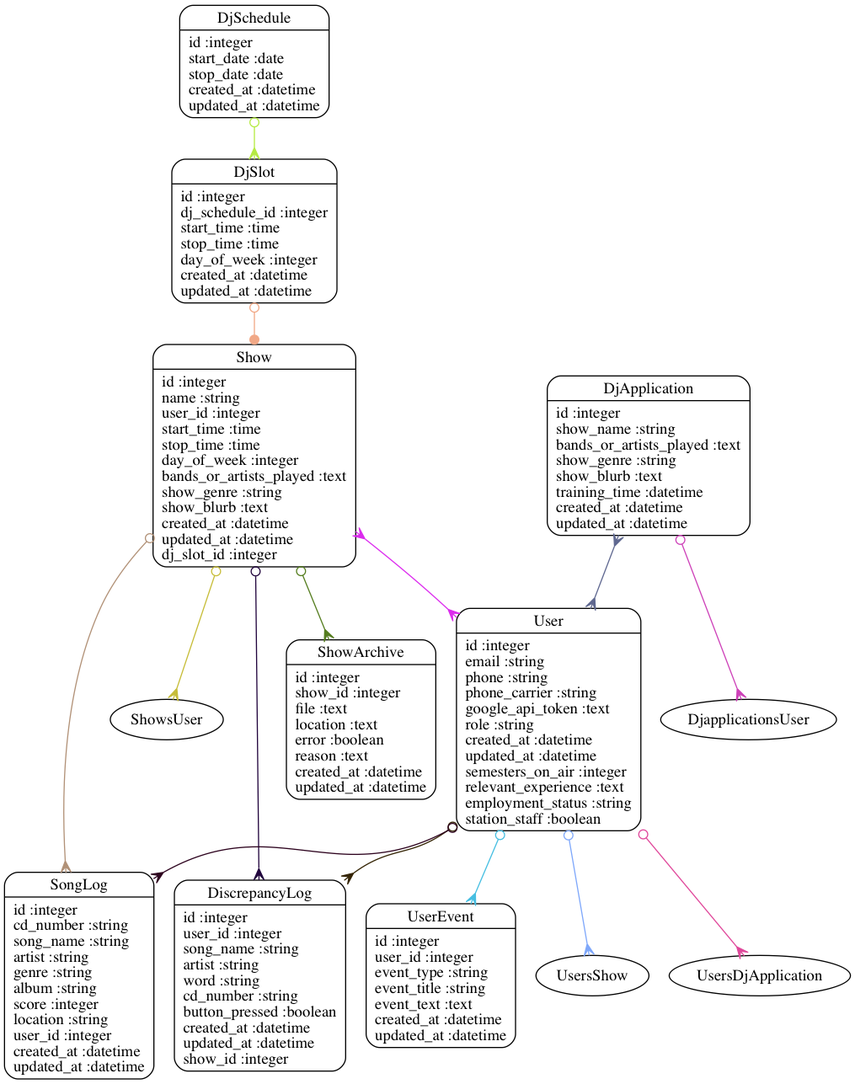
The Graphviz diagram models.png in NeilBetham/diskjockey, before a commit. Its source is kept beside it as models.dot.
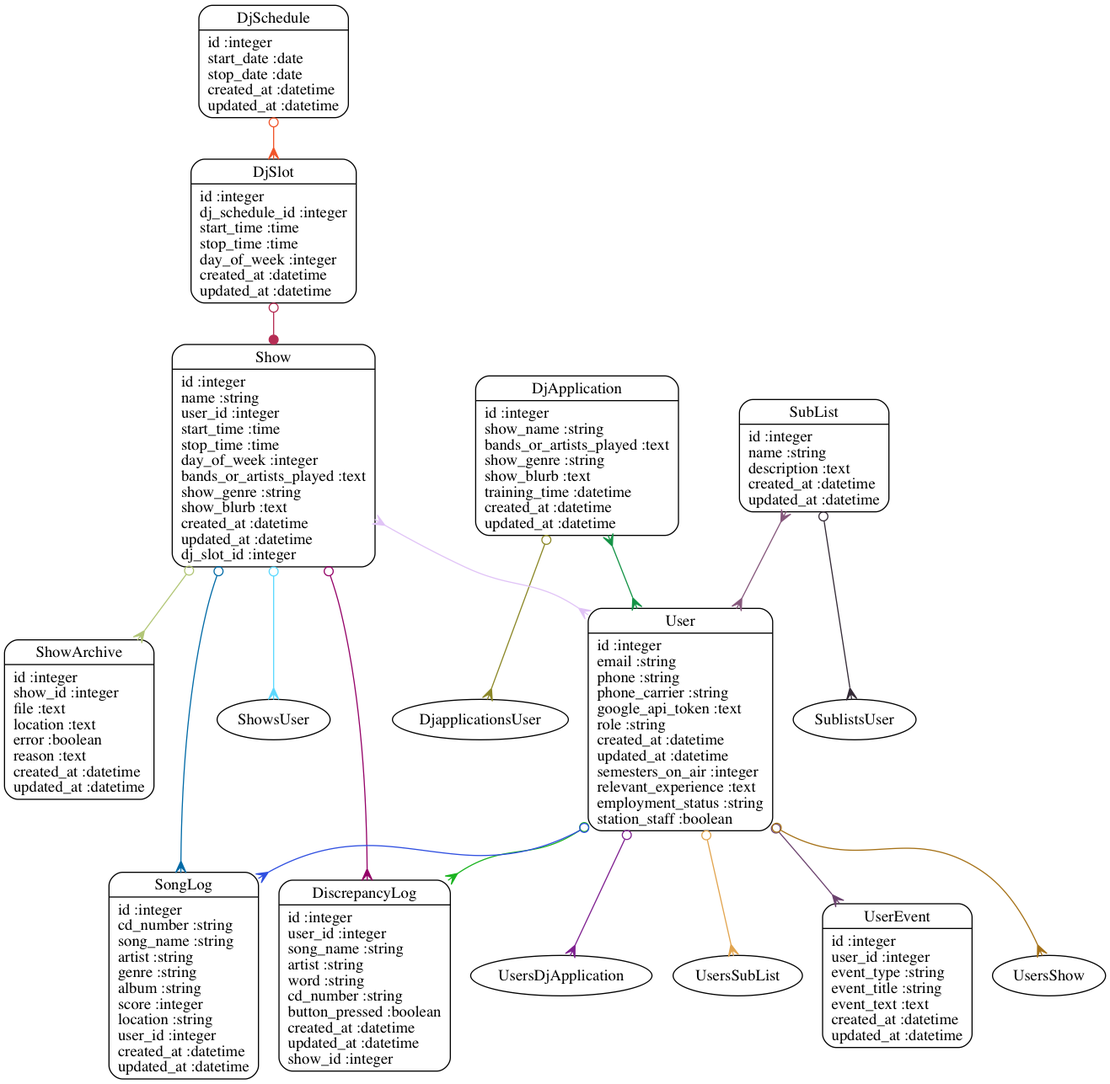
The same file after the commit.

Diff of the diagram source:
```diff
@@ -7,20 +7,24 @@
 	"Show" [shape=Mrecord, label="{Show|id :integer\lname :string\luser_id :integer\lstart_time :time\lstop_time :time\lday_of_week :integer\lbands_or_artists_played :text\lshow_genre :string\lshow_blurb :text\lcreated_at :datetime\lupdated_at :datetime\ldj_slot_id :integer\l}"]
 	"ShowArchive" [shape=Mrecord, label="{ShowArchive|id :integer\lshow_id :integer\lfile :text\llocation :text\lerror :boolean\lreason :text\lcreated_at :datetime\lupdated_at :datetime\l}"]
 	"SongLog" [shape=Mrecord, label="{SongLog|id :integer\lcd_number :string\lsong_name :string\lartist :string\lgenre :string\lalbum :string\lscore :integer\llocation :string\luser_id :integer\lcreated_at :datetime\lupdated_at :datetime\l}"]
+	"SubList" [shape=Mrecord, label="{SubList|id :integer\lname :string\ldescription :text\lcreated_at :datetime\lupdated_at :datetime\l}"]
 	"User" [shape=Mrecord, label="{User|id :integer\lemail :string\lphone :string\lphone_carrier :string\lgoogle_api_token :text\lrole :string\lcreated_at :datetime\lupdated_at :datetime\lsemesters_on_air :integer\lrelevant_experience :text\lemployment_status :string\lstation_staff :boolean\l}"]
 	"UserEvent" [shape=Mrecord, label="{UserEvent|id :integer\luser_id :integer\levent_type :string\levent_title :string\levent_text :text\lcreated_at :datetime\lupdated_at :datetime\l}"]
-	"DjApplication" -> "DjapplicationsUser" [arrowtail=odot, arrowhead=crow, dir=both color="#CD41B8"]
-	"DjApplication" -> "User" [arrowtail=crow, arrowhead=crow, dir=both color="#5F6890"]
-	"DjSchedule" -> "DjSlot" [arrowtail=odot, arrowhead=crow, dir=both color="#B5EA43"]
-	"DjSlot" -> "Show" [arrowtail=odot, arrowhead=dot, dir=both color="#F1A886"]
-	"Show" -> "ShowsUser" [arrowtail=odot, arrowhead=crow, dir=both color="#C6BC38"]
-	"Show" -> "User" [arrowtail=crow, arrowhead=crow, dir=both color="#DB2BED"]
-	"Show" -> "SongLog" [arrowtail=odot, arrowhead=crow, dir=both color="#B19177"]
-	"Show" -> "DiscrepancyLog" [arrowtail=odot, arrowhead=crow, dir=both color="#21043D"]
-	"Show" -> "ShowArchive" [arrowtail=odot, arrowhead=crow, dir=both color="#557D1F"]
-	"User" -> "SongLog" [arrowtail=odot, arrowhead=crow, dir=both color="#2D031E"]
-	"User" -> "DiscrepancyLog" [arrowtail=odot, arrowhead=crow, dir=both color="#342404"]
-	"User" -> "UserEvent" [arrowtail=odot, arrowhead=crow, dir=both color="#46BEE1"]
-	"User" -> "UsersShow" [arrowtail=odot, arrowhead=crow, dir=both color="#7EA7FA"]
-	"User" -> "UsersDjApplication" [arrowtail=odot, arrowhead=crow, dir=both color="#DF479A"]
+	"DjApplication" -> "DjapplicationsUser" [arrowtail=odot, arrowhead=crow, dir=both color="#8B8727"]
+	"DjApplication" -> "User" [arrowtail=crow, arrowhead=crow, dir=both color="#149346"]
+	"DjSchedule" -> "DjSlot" [arrowtail=odot, arrowhead=crow, dir=both color="#F05429"]
+	"DjSlot" -> "Show" [arrowtail=odot, arrowhead=dot, dir=both color="#B52D54"]
+	"Show" -> "ShowsUser" [arrowtail=odot, arrowhead=crow, dir=both color="#5BD8FE"]
+	"Show" -> "User" [arrowtail=crow, arrowhead=crow, dir=both color="#E0C3F6"]
+	"Show" -> "SongLog" [arrowtail=odot, arrowhead=crow, dir=both color="#016AA6"]
+	"Show" -> "DiscrepancyLog" [arrowtail=odot, arrowhead=crow, dir=both color="#940368"]
+	"Show" -> "ShowArchive" [arrowtail=odot, arrowhead=crow, dir=both color="#B2C677"]
+	"SubList" -> "SublistsUser" [arrowtail=odot, arrowhead=crow, dir=both color="#332935"]
+	"SubList" -> "User" [arrowtail=crow, arrowhead=crow, dir=both color="#86587C"]
+	"User" -> "SongLog" [arrowtail=odot, arrowhead=crow, dir=both color="#2F4FE0"]
+	"User" -> "DiscrepancyLog" [arrowtail=odot, arrowhead=crow, dir=both color="#1AB31F"]
+	"User" -> "UserEvent" [arrowtail=odot, arrowhead=crow, dir=both color="#6B426E"]
+	"User" -> "UsersShow" [arrowtail=odot, arrowhead=crow, dir=both color="#A57117"]
+	"User" -> "UsersDjApplication" [arrowtail=odot, arrowhead=crow, dir=both color="#7F2090"]
+	"User" -> "UsersSubList" [arrowtail=odot, arrowhead=crow, dir=both color="#E1A44F"]
 }
```
